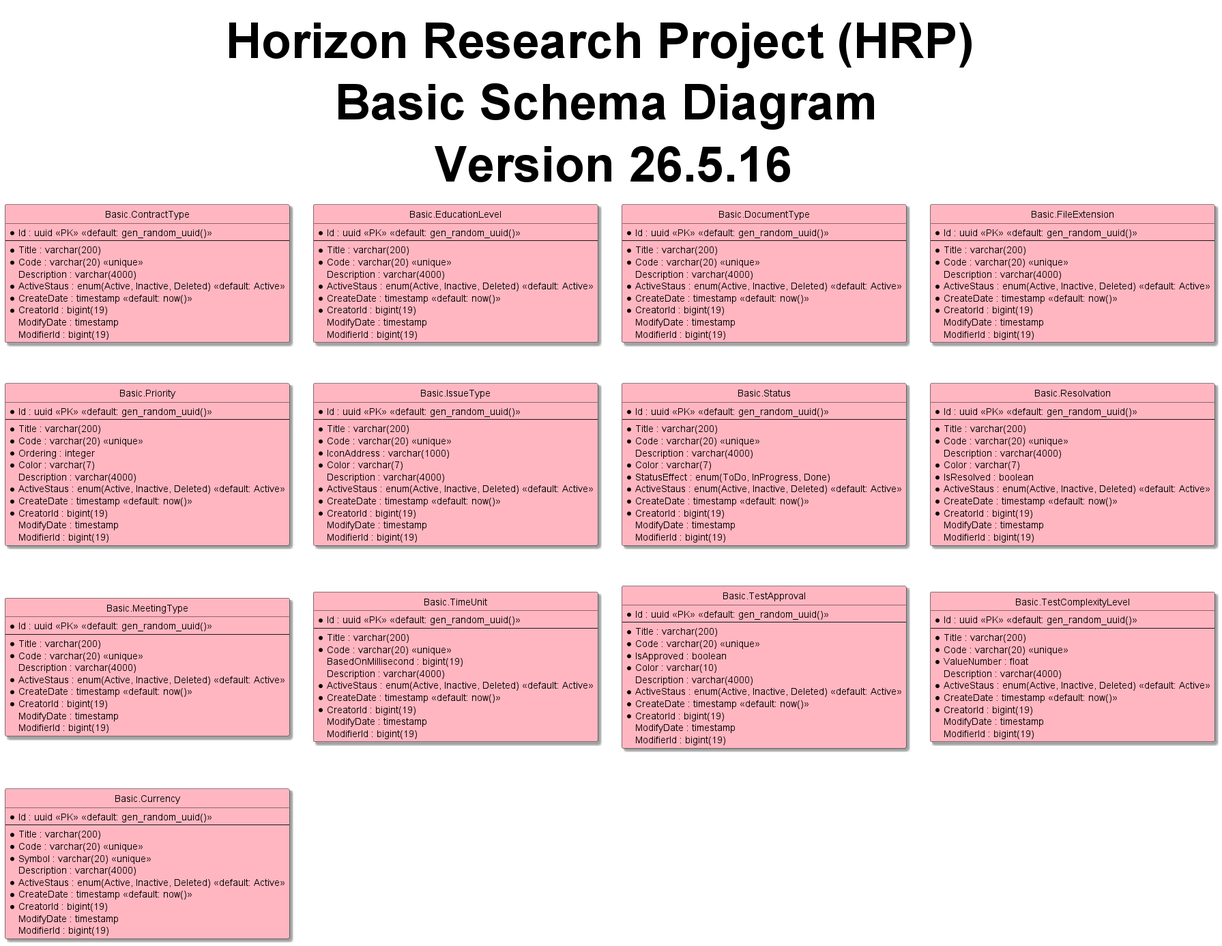
Before: 2-HorizonModeling/2.3-HorizonUml/out/ERD/Schemas/BasicSchemaDiagram.png, a diagram exported from PlantUML (shadowfox1984/Horizon).
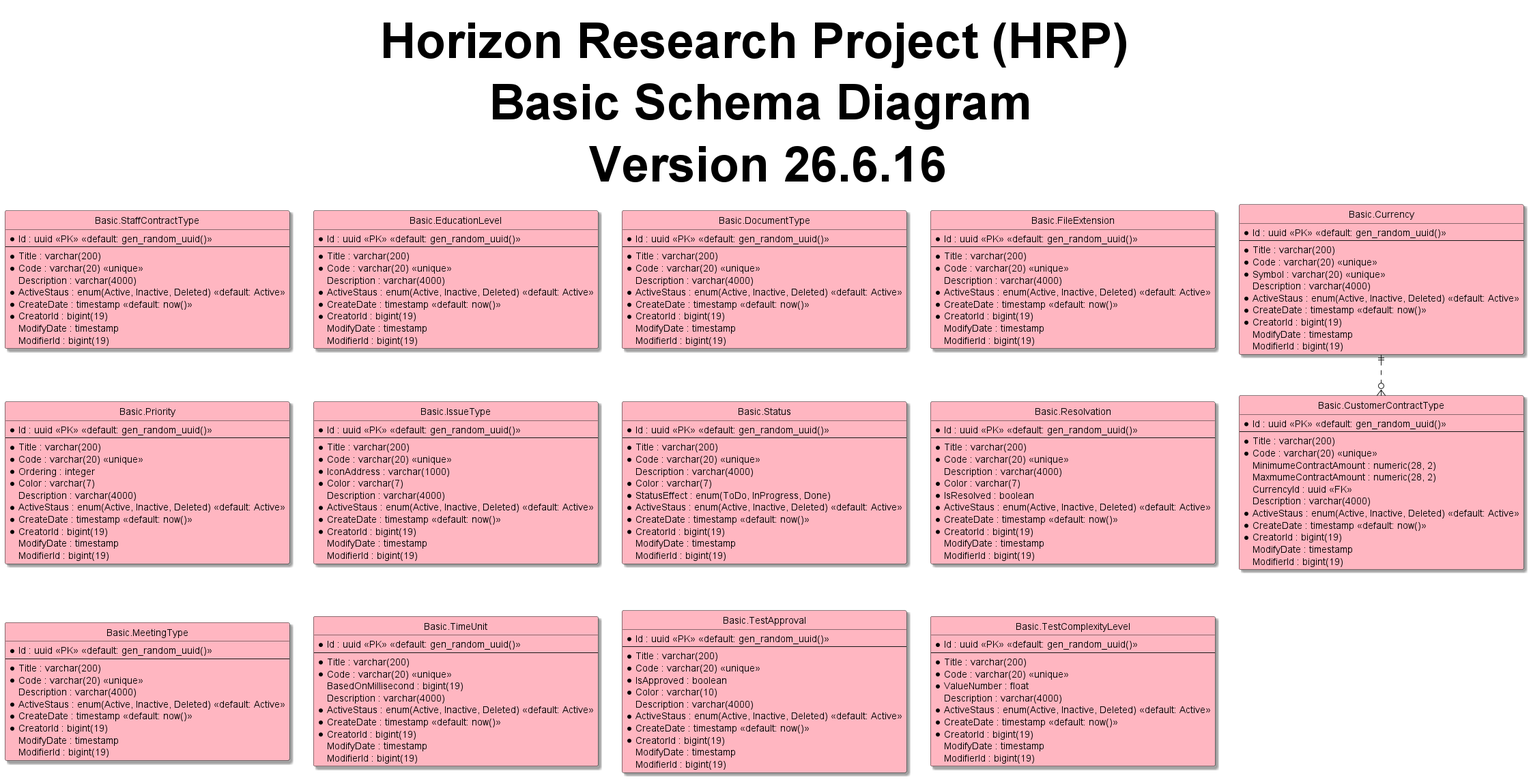
The same diagram one commit later.

The edit, as a diff of the source:
```diff
@@ -5,13 +5,29 @@
 skinparam Shadowing True
 skinparam TitleFontSize 72pt
 
-title Horizon Research Project (HRP) \n Basic Schema Diagram \n Version 26.5.16
+title Horizon Research Project (HRP) \n Basic Schema Diagram \n Version 26.6.16
 
-entity "Basic.ContractType" as contractType #LightPink{
+entity "Basic.StaffContractType" as staffContractType #LightPink{
   *Id : uuid <<PK>> <<default: gen_random_uuid()>>
   --
   *Title : varchar(200)
   *Code : varchar(20) <<unique>>
+  Description : varchar(4000)
+  *ActiveStaus : enum(Active, Inactive, Deleted) <<default: Active>>
+  *CreateDate : timestamp <<default: now()>>
+  *CreatorId : bigint(19)
+  ModifyDate : timestamp
+  ModifierId : bigint(19)
+}
+
+entity "Basic.CustomerContractType" as customerContractType #LightPink{
+  *Id : uuid <<PK>> <<default: gen_random_uuid()>>
+  --
+  *Title : varchar(200)
+  *Code : varchar(20) <<unique>>
+  MinimumeContractAmount : numeric(28, 2)
+  MaxmumeContractAmount : numeric(28, 2)
+  CurrencyId : uuid <<FK>>
   Description : varchar(4000)
   *ActiveStaus : enum(Active, Inactive, Deleted) <<default: Active>>
   *CreateDate : timestamp <<default: now()>>
@@ -188,4 +204,6 @@
   ModifyDate : timestamp
   ModifierId : bigint(19)
 }
+
+currency ||..o{ customerContractType
 @enduml
```
